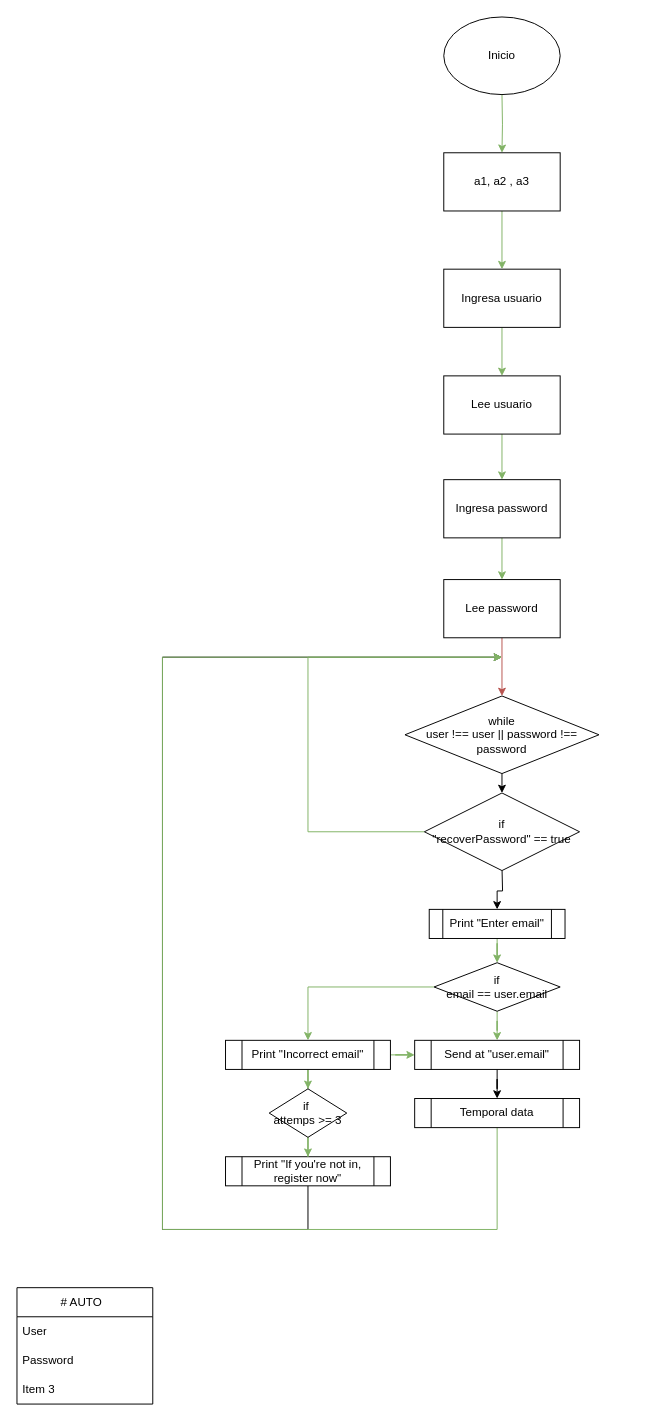
The draw.io diagram Diagrama sin título.drawio in VictorJ-Ch/Cafeteria-Menu, before the edit. Source tidied: cells renumbered, new cells numbered last; positions are measured from the earlier drawing's top-left corner, leaving out a move shared by most shapes. Both pictures are drawn from the tidied source at 97%, with x=0, y=0 at pixel (16, 16).
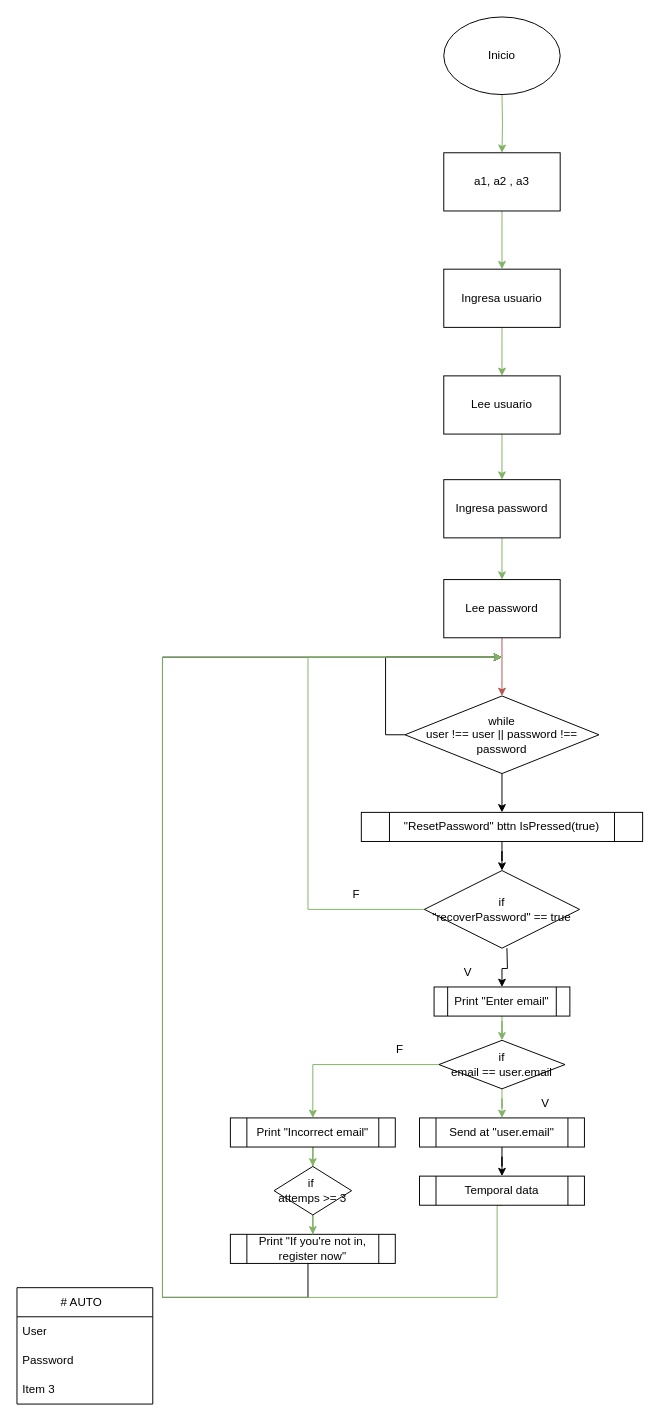
After the change.

Unchanged cells that the change refers to:
```xml
<mxCell id="14" value="while&lt;br&gt;user !== user || password !== password" style="rhombus;whiteSpace=wrap;html=1;" parent="1" vertex="1">
  <mxGeometry x="400" y="700" width="200" height="80" as="geometry" />
</mxCell>
```

Change to the diagram source:
```diff
@@
-    <mxCell id="13" style="edgeStyle=orthogonalEdgeStyle;rounded=0;jettySize=auto;html=1;exitX=0.5;exitY=1;exitDx=0;exitDy=0;entryX=0.5;entryY=0;entryDx=0;entryDy=0;" parent="1" edge="1" source="14" target="38">
-      <mxGeometry relative="1" as="geometry" />
-    </mxCell>
+    <mxCell id="39" style="edgeStyle=orthogonalEdgeStyle;rounded=0;jettySize=auto;html=1;exitX=0;exitY=0.5;exitDx=0;exitDy=0;" parent="1" edge="1" source="14">
+      <mxGeometry relative="1" as="geometry">
+        <mxPoint x="500" y="660" as="targetPoint" />
+        <Array as="points">
+          <mxPoint x="380" y="740" />
+          <mxPoint x="380" y="660" />
+        </Array>
+      </mxGeometry>
+    </mxCell>
+    <mxCell id="40" style="edgeStyle=orthogonalEdgeStyle;rounded=0;jettySize=auto;html=1;exitX=0.5;exitY=1;exitDx=0;exitDy=0;entryX=0.5;entryY=0;entryDx=0;entryDy=0;" parent="1" edge="1" source="14" target="42">
+      <mxGeometry relative="1" as="geometry" />
+    </mxCell>
@@
     <mxCell id="16" value="Print &quot;Enter email&quot;" style="shape=process;whiteSpace=wrap;html=1;backgroundOutline=1;" parent="1" vertex="1">
-      <mxGeometry x="425" y="920" width="140" height="30" as="geometry" />
+      <mxGeometry x="430" y="1000" width="140" height="30" as="geometry" />
     </mxCell>
@@
     <mxCell id="19" value="if&lt;br&gt;email == user.email" style="rhombus;whiteSpace=wrap;html=1;" parent="1" vertex="1">
-      <mxGeometry x="430" y="975" width="130" height="50" as="geometry" />
+      <mxGeometry x="435" y="1055" width="130" height="50" as="geometry" />
     </mxCell>
@@
-    <mxCell id="21" style="edgeStyle=orthogonalEdgeStyle;rounded=0;jettySize=auto;html=1;fillColor=#d5e8d4;gradientColor=#97d077;strokeColor=#82b366;" parent="1" edge="1" source="22" target="29">
-      <mxGeometry relative="1" as="geometry" />
-    </mxCell>
     <mxCell id="22" value="Print &quot;Incorrect email&quot;" style="shape=process;whiteSpace=wrap;html=1;backgroundOutline=1;" parent="1" vertex="1">
-      <mxGeometry x="215" y="1055" width="170" height="30" as="geometry" />
+      <mxGeometry x="220" y="1135" width="170" height="30" as="geometry" />
     </mxCell>
@@
     <mxCell id="24" style="edgeStyle=orthogonalEdgeStyle;rounded=0;jettySize=auto;html=1;exitX=0.5;exitY=1;exitDx=0;exitDy=0;" parent="1" edge="1" source="25">
       <mxGeometry relative="1" as="geometry">
         <mxPoint x="500" y="660" as="targetPoint" />
         <Array as="points">
-          <mxPoint x="300" y="1250" />
-          <mxPoint x="150" y="1250" />
+          <mxPoint x="300" y="1285" />
+          <mxPoint x="300" y="1320" />
+          <mxPoint x="150" y="1320" />
           <mxPoint x="150" y="660" />
         </Array>
       </mxGeometry>
     </mxCell>
     <mxCell id="25" value="Print &quot;If you're not in, register now&quot;" style="shape=process;whiteSpace=wrap;html=1;backgroundOutline=1;" parent="1" vertex="1">
-      <mxGeometry x="215" y="1175" width="170" height="30" as="geometry" />
+      <mxGeometry x="220" y="1255" width="170" height="30" as="geometry" />
     </mxCell>
@@
     <mxCell id="27" value="if&amp;nbsp;&lt;br&gt;attemps &amp;gt;= 3" style="rhombus;whiteSpace=wrap;html=1;" parent="1" vertex="1">
-      <mxGeometry x="260" y="1105" width="80" height="50" as="geometry" />
+      <mxGeometry x="265" y="1185" width="80" height="50" as="geometry" />
     </mxCell>
@@
     <mxCell id="29" value="Send at &quot;user.email&quot;" style="shape=process;whiteSpace=wrap;html=1;backgroundOutline=1;" parent="1" vertex="1">
-      <mxGeometry x="410" y="1055" width="170" height="30" as="geometry" />
+      <mxGeometry x="415" y="1135" width="170" height="30" as="geometry" />
     </mxCell>
     <mxCell id="30" style="edgeStyle=orthogonalEdgeStyle;rounded=0;jettySize=auto;html=1;exitX=0.5;exitY=1;exitDx=0;exitDy=0;fillColor=#d5e8d4;gradientColor=#97d077;strokeColor=#82b366;" parent="1" edge="1" source="31">
       <mxGeometry relative="1" as="geometry">
         <mxPoint x="500" y="660" as="targetPoint" />
         <Array as="points">
-          <mxPoint x="495" y="1250" />
-          <mxPoint x="150" y="1250" />
+          <mxPoint x="495" y="1225" />
+          <mxPoint x="495" y="1320" />
+          <mxPoint x="150" y="1320" />
           <mxPoint x="150" y="660" />
         </Array>
       </mxGeometry>
     </mxCell>
     <mxCell id="31" value="Temporal data" style="shape=process;whiteSpace=wrap;html=1;backgroundOutline=1;" parent="1" vertex="1">
-      <mxGeometry x="410" y="1115" width="170" height="30" as="geometry" />
+      <mxGeometry x="415" y="1195" width="170" height="30" as="geometry" />
     </mxCell>
@@
     <mxCell id="36" style="edgeStyle=orthogonalEdgeStyle;rounded=0;jettySize=auto;html=1;entryX=0.5;entryY=0;entryDx=0;entryDy=0;" parent="1" edge="1" target="16">
       <mxGeometry relative="1" as="geometry">
-        <mxPoint x="500.1" y="880" as="sourcePoint" />
+        <mxPoint x="505.1" y="960" as="sourcePoint" />
       </mxGeometry>
     </mxCell>
     <mxCell id="37" style="edgeStyle=orthogonalEdgeStyle;rounded=0;jettySize=auto;html=1;exitX=0;exitY=0.5;exitDx=0;exitDy=0;fillColor=#d5e8d4;gradientColor=#97d077;strokeColor=#82b366;" parent="1" edge="1" source="38">
       <mxGeometry relative="1" as="geometry">
         <mxPoint x="500" y="660" as="targetPoint" />
         <Array as="points">
-          <mxPoint x="300" y="840" />
+          <mxPoint x="300" y="920" />
           <mxPoint x="300" y="660" />
         </Array>
       </mxGeometry>
     </mxCell>
     <mxCell id="38" value="if&lt;br&gt;&quot;recoverPassword&quot; == true" style="rhombus;whiteSpace=wrap;html=1;" parent="1" vertex="1">
-      <mxGeometry x="420" y="800" width="160" height="80" as="geometry" />
+      <mxGeometry x="420" y="880" width="160" height="80" as="geometry" />
     </mxCell>
+    <mxCell id="41" style="edgeStyle=orthogonalEdgeStyle;rounded=0;jettySize=auto;html=1;entryX=0.5;entryY=0;entryDx=0;entryDy=0;" parent="1" edge="1" source="42" target="38">
+      <mxGeometry relative="1" as="geometry" />
+    </mxCell>
+    <mxCell id="42" value="&quot;ResetPassword&quot; bttn IsPressed(true)" style="shape=process;whiteSpace=wrap;html=1;backgroundOutline=1;" parent="1" vertex="1">
+      <mxGeometry x="355" y="820" width="290" height="30" as="geometry" />
+    </mxCell>
+    <mxCell id="43" value="F" style="text;html=1;strokeColor=none;fillColor=none;align=center;verticalAlign=middle;whiteSpace=wrap;rounded=0;" parent="1" vertex="1">
+      <mxGeometry x="365" y="1050" width="60" height="30" as="geometry" />
+    </mxCell>
+    <mxCell id="44" value="V" style="text;html=1;strokeColor=none;fillColor=none;align=center;verticalAlign=middle;whiteSpace=wrap;rounded=0;" parent="1" vertex="1">
+      <mxGeometry x="515" y="1105" width="60" height="30" as="geometry" />
+    </mxCell>
+    <mxCell id="45" value="V" style="text;html=1;strokeColor=none;fillColor=none;align=center;verticalAlign=middle;whiteSpace=wrap;rounded=0;" parent="1" vertex="1">
+      <mxGeometry x="435" y="970" width="60" height="30" as="geometry" />
+    </mxCell>
+    <mxCell id="46" value="F" style="text;html=1;strokeColor=none;fillColor=none;align=center;verticalAlign=middle;whiteSpace=wrap;rounded=0;" parent="1" vertex="1">
+      <mxGeometry x="320" y="890" width="60" height="30" as="geometry" />
+    </mxCell>
```
